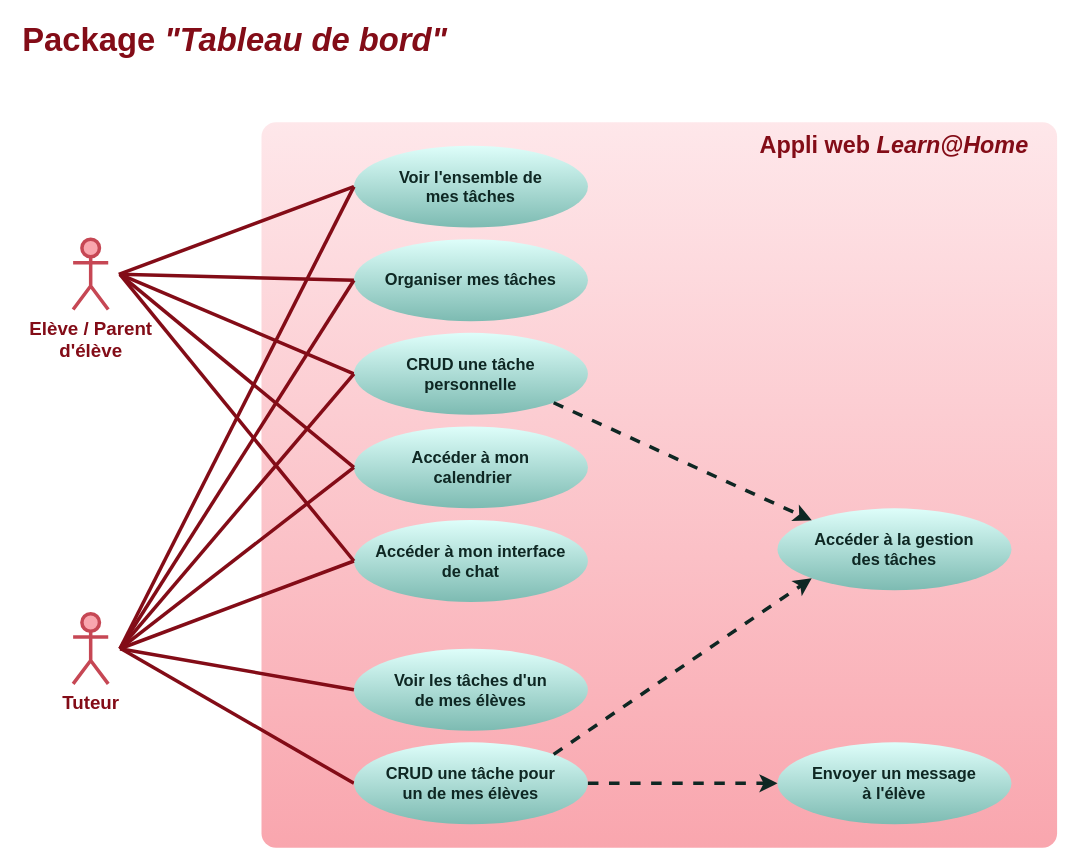
Above: doc/use-cases-dashboard.drawio in logic-fabric/LoicMangin_10_01052021 (draw.io), before the change. Source tidied: cells renumbered, new cells numbered last; positions are measured from the earlier drawing's top-left corner, leaving out a move shared by most shapes. Both pictures are drawn from the tidied source at 117%, with x=0, y=0 at pixel (20, 28).
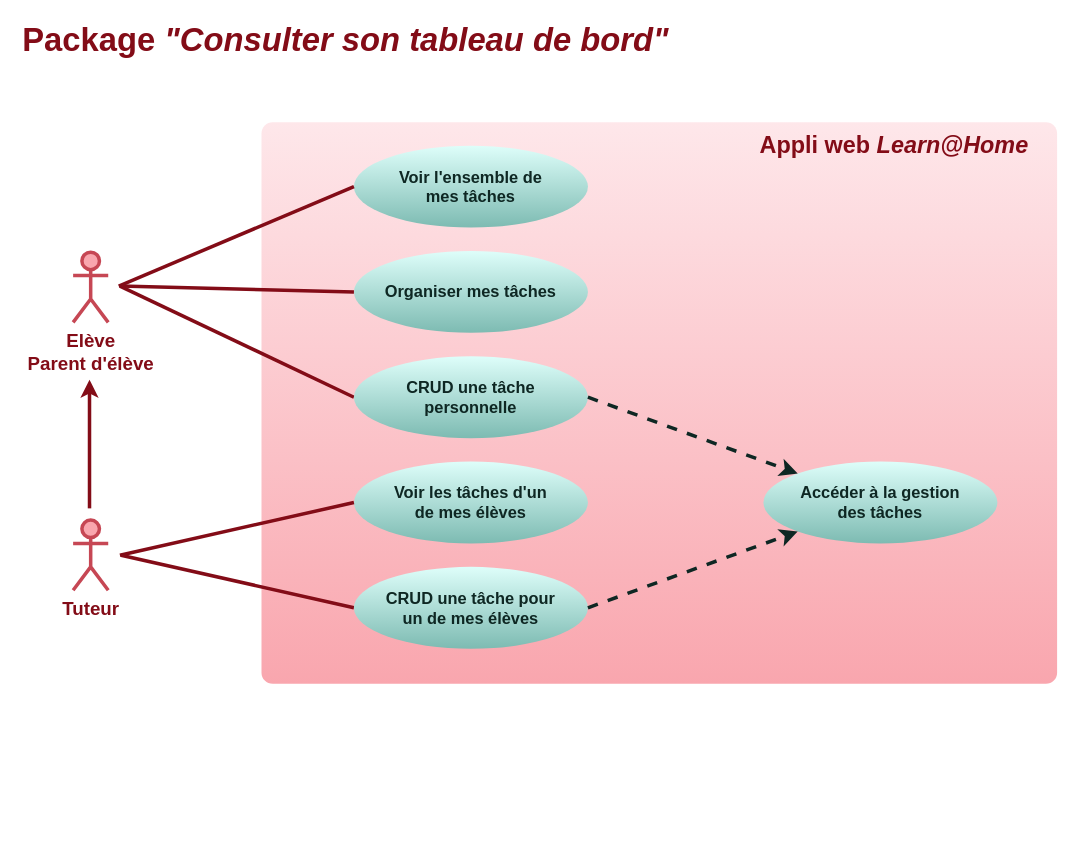
After the change.

Commit message (it also covers changes not shown here):
doc: simplify use-case-dashboard diagram

Unchanged cells that the change refers to:
```xml
<mxCell id="10" value="&lt;font style=&quot;font-size: 14px&quot;&gt;&lt;b&gt;Voir l'ensemble de&lt;br&gt;mes tâches&lt;br&gt;&lt;/b&gt;&lt;/font&gt;" style="ellipse;whiteSpace=wrap;html=1;rounded=1;strokeWidth=3;fontColor=#0e2723;strokeColor=none;fillColor=#defefa;gradientColor=#7dbbb2;" parent="1" vertex="1">
  <mxGeometry x="285" y="100" width="200" height="70" as="geometry" />
</mxCell>
```

Change to the diagram source:
```diff
@@
-    <mxCell id="2" value="&lt;font style=&quot;font-size: 16px&quot;&gt;Elève / Parent &lt;br&gt;d'élève&lt;/font&gt;" style="shape=umlActor;verticalLabelPosition=bottom;verticalAlign=top;html=1;strokeWidth=3;strokeColor=#C64754;fillColor=#f9a6ae;fontColor=#830C17;fontStyle=1;" parent="1" vertex="1">
-      <mxGeometry x="45" y="180" width="30" height="60" as="geometry" />
+    <mxCell id="2" value="&lt;font style=&quot;font-size: 16px&quot;&gt;Elève&lt;br&gt;Parent d'élève&lt;/font&gt;" style="shape=umlActor;verticalLabelPosition=bottom;verticalAlign=top;html=1;strokeWidth=3;strokeColor=#C64754;fillColor=#f9a6ae;fontColor=#830C17;fontStyle=1;" parent="1" vertex="1">
+      <mxGeometry x="45" y="191" width="30" height="60" as="geometry" />
     </mxCell>
-    <mxCell id="3" value="&lt;div&gt;&lt;b style=&quot;color: rgb(131 , 12 , 23) ; font-size: 28px&quot;&gt;Package &lt;i&gt;&quot;Tableau de bord&quot;&lt;/i&gt;&lt;/b&gt;&lt;/div&gt;" style="text;html=1;strokeColor=none;fillColor=none;align=left;verticalAlign=middle;whiteSpace=wrap;rounded=0;fontColor=#660000;" parent="1" vertex="1">
-      <mxGeometry width="502" height="20" as="geometry" />
+    <mxCell id="3" value="&lt;div&gt;&lt;b style=&quot;color: rgb(131 , 12 , 23) ; font-size: 28px&quot;&gt;Package &lt;i&gt;&quot;Consulter son tableau de bord&quot;&lt;/i&gt;&lt;/b&gt;&lt;/div&gt;" style="text;html=1;strokeColor=none;fillColor=none;align=left;verticalAlign=middle;whiteSpace=wrap;rounded=0;fontColor=#660000;" parent="1" vertex="1">
+      <mxGeometry width="567" height="20" as="geometry" />
     </mxCell>
     <mxCell id="4" style="rounded=1;whiteSpace=wrap;html=1;fontColor=#660000;strokeWidth=3;strokeColor=none;fillColor=#F9A6AE;gradientColor=#fee7ea;gradientDirection=north;arcSize=2;" parent="1" vertex="1">
-      <mxGeometry x="206" y="80" width="680" height="620" as="geometry" />
+      <mxGeometry x="206" y="80" width="680" height="480" as="geometry" />
     </mxCell>
     <mxCell id="5" value="&lt;font style=&quot;font-size: 16px&quot;&gt;Tuteur&lt;br&gt;&lt;/font&gt;" style="shape=umlActor;verticalLabelPosition=bottom;verticalAlign=top;html=1;strokeWidth=3;strokeColor=#C64754;fillColor=#f9a6ae;fontColor=#830C17;fontStyle=1;" parent="1" vertex="1">
-      <mxGeometry x="45" y="500" width="30" height="60" as="geometry" />
+      <mxGeometry x="45" y="420" width="30" height="60" as="geometry" />
     </mxCell>
@@
     <mxCell id="7" value="&lt;font style=&quot;font-size: 14px&quot;&gt;&lt;b&gt;Voir les tâches d'un&lt;br&gt;de mes élèves&lt;br&gt;&lt;/b&gt;&lt;/font&gt;" style="ellipse;whiteSpace=wrap;html=1;rounded=1;strokeWidth=3;fontColor=#0e2723;strokeColor=none;fillColor=#defefa;gradientColor=#7dbbb2;" parent="1" vertex="1">
-      <mxGeometry x="285" y="530" width="200" height="70" as="geometry" />
+      <mxGeometry x="285" y="370" width="200" height="70" as="geometry" />
     </mxCell>
     <mxCell id="8" style="endArrow=none;html=1;fontColor=#0e2723;strokeWidth=3;strokeColor=#830C17;exitX=0;exitY=0.5;exitDx=0;exitDy=0;" parent="1" edge="1" source="13">
       <mxGeometry relative="1" as="geometry">
-        <mxPoint x="85" y="210" as="targetPoint" />
+        <mxPoint x="85" y="220" as="targetPoint" />
       </mxGeometry>
     </mxCell>
     <mxCell id="9" style="endArrow=none;html=1;fontColor=#0e2723;strokeWidth=3;strokeColor=#830C17;exitX=0;exitY=0.5;exitDx=0;exitDy=0;" parent="1" edge="1" source="7">
       <mxGeometry relative="1" as="geometry">
-        <mxPoint x="85" y="530" as="targetPoint" />
+        <mxPoint x="85" y="450" as="targetPoint" />
       </mxGeometry>
     </mxCell>
@@
     <mxCell id="11" style="endArrow=none;html=1;fontColor=#0e2723;strokeWidth=3;strokeColor=#830C17;exitX=0;exitY=0.5;exitDx=0;exitDy=0;" parent="1" edge="1" source="10">
       <mxGeometry relative="1" as="geometry">
-        <mxPoint x="84" y="210" as="targetPoint" />
+        <mxPoint x="84" y="220" as="targetPoint" />
       </mxGeometry>
     </mxCell>
     <mxCell id="12" style="endArrow=none;html=1;fontColor=#0e2723;strokeWidth=3;strokeColor=#830C17;exitX=0;exitY=0.5;exitDx=0;exitDy=0;" parent="1" edge="1" source="14">
       <mxGeometry relative="1" as="geometry">
-        <mxPoint x="86" y="530" as="targetPoint" />
+        <mxPoint x="86" y="450" as="targetPoint" />
       </mxGeometry>
     </mxCell>
     <mxCell id="13" value="&lt;font style=&quot;font-size: 14px&quot;&gt;&lt;b&gt;CRUD une tâche&lt;br&gt;personnelle&lt;br&gt;&lt;/b&gt;&lt;/font&gt;" style="ellipse;whiteSpace=wrap;html=1;rounded=1;strokeWidth=3;fontColor=#0e2723;strokeColor=none;fillColor=#defefa;gradientColor=#7dbbb2;" parent="1" vertex="1">
-      <mxGeometry x="285" y="260" width="200" height="70" as="geometry" />
+      <mxGeometry x="285" y="280" width="200" height="70" as="geometry" />
     </mxCell>
     <mxCell id="14" value="&lt;font&gt;&lt;b style=&quot;font-size: 14px&quot;&gt;&lt;font style=&quot;font-size: 14px&quot;&gt;CRUD une tâche pour &lt;br&gt;un de mes élèves&lt;/font&gt;&lt;br&gt;&lt;/b&gt;&lt;/font&gt;" style="ellipse;whiteSpace=wrap;html=1;rounded=1;strokeWidth=3;fontColor=#0e2723;strokeColor=none;fillColor=#defefa;gradientColor=#7dbbb2;" parent="1" vertex="1">
-      <mxGeometry x="285" y="610" width="200" height="70" as="geometry" />
+      <mxGeometry x="285" y="460" width="200" height="70" as="geometry" />
     </mxCell>
     <mxCell id="15" value="&lt;font style=&quot;font-size: 14px&quot;&gt;&lt;b&gt;Accéder à la gestion&lt;br&gt;des tâches&lt;br&gt;&lt;/b&gt;&lt;/font&gt;" style="ellipse;whiteSpace=wrap;html=1;rounded=1;strokeWidth=3;fontColor=#0e2723;strokeColor=none;fillColor=#defefa;gradientColor=#7dbbb2;" parent="1" vertex="1">
-      <mxGeometry x="647" y="410" width="200" height="70" as="geometry" />
+      <mxGeometry x="635" y="370" width="200" height="70" as="geometry" />
     </mxCell>
-    <mxCell id="16" style="endArrow=classic;html=1;fontColor=#0e2723;strokeColor=#0E2723;strokeWidth=3;exitX=1;exitY=1;exitDx=0;exitDy=0;dashed=1;entryX=0;entryY=0;entryDx=0;entryDy=0;" parent="1" edge="1" source="13" target="15">
+    <mxCell id="16" style="endArrow=classic;html=1;fontColor=#0e2723;strokeColor=#0E2723;strokeWidth=3;exitX=1;exitY=0.5;exitDx=0;exitDy=0;dashed=1;entryX=0;entryY=0;entryDx=0;entryDy=0;" parent="1" edge="1" source="13" target="15">
       <mxGeometry relative="1" as="geometry" />
     </mxCell>
     <mxCell id="17" value="&lt;font style=&quot;font-size: 14px&quot;&gt;&lt;b&gt;Organiser mes tâches&lt;br&gt;&lt;/b&gt;&lt;/font&gt;" style="ellipse;whiteSpace=wrap;html=1;rounded=1;strokeWidth=3;fontColor=#0e2723;strokeColor=none;fillColor=#defefa;gradientColor=#7dbbb2;" parent="1" vertex="1">
-      <mxGeometry x="285" y="180" width="200" height="70" as="geometry" />
+      <mxGeometry x="285" y="190" width="200" height="70" as="geometry" />
     </mxCell>
-    <mxCell id="18" value="&lt;font style=&quot;font-size: 14px&quot;&gt;&lt;b&gt;Envoyer un message &lt;br&gt;à l'élève&lt;br&gt;&lt;/b&gt;&lt;/font&gt;" style="ellipse;whiteSpace=wrap;html=1;rounded=1;strokeWidth=3;fontColor=#0e2723;strokeColor=none;fillColor=#defefa;gradientColor=#7dbbb2;" parent="1" vertex="1">
-      <mxGeometry x="647" y="610" width="200" height="70" as="geometry" />
-    </mxCell>
-    <mxCell id="19" value="&lt;font&gt;&lt;b style=&quot;font-size: 14px&quot;&gt;Accéder à mon&lt;br&gt;&amp;nbsp;calendrier&lt;br&gt;&lt;/b&gt;&lt;/font&gt;" style="ellipse;whiteSpace=wrap;html=1;rounded=1;strokeWidth=3;fontColor=#0e2723;strokeColor=none;fillColor=#defefa;gradientColor=#7dbbb2;" parent="1" vertex="1">
-      <mxGeometry x="285" y="340" width="200" height="70" as="geometry" />
-    </mxCell>
-    <mxCell id="20" value="&lt;font&gt;&lt;b style=&quot;font-size: 14px&quot;&gt;Accéder à mon interface &lt;br&gt;de chat&lt;br&gt;&lt;/b&gt;&lt;/font&gt;" style="ellipse;whiteSpace=wrap;html=1;rounded=1;strokeWidth=3;fontColor=#0e2723;strokeColor=none;fillColor=#defefa;gradientColor=#7dbbb2;" parent="1" vertex="1">
-      <mxGeometry x="285" y="420" width="200" height="70" as="geometry" />
-    </mxCell>
-    <mxCell id="21" style="endArrow=classic;html=1;fontColor=#0e2723;strokeColor=#0E2723;strokeWidth=3;exitX=1;exitY=0;exitDx=0;exitDy=0;dashed=1;entryX=0;entryY=1;entryDx=0;entryDy=0;" parent="1" edge="1" source="14" target="15">
+    <mxCell id="21" style="endArrow=classic;html=1;fontColor=#0e2723;strokeColor=#0E2723;strokeWidth=3;exitX=1;exitY=0.5;exitDx=0;exitDy=0;dashed=1;entryX=0;entryY=1;entryDx=0;entryDy=0;" parent="1" edge="1" source="14" target="15">
       <mxGeometry relative="1" as="geometry" />
     </mxCell>
-    <mxCell id="22" style="endArrow=classic;html=1;fontColor=#0e2723;strokeColor=#0E2723;strokeWidth=3;exitX=1;exitY=0.5;exitDx=0;exitDy=0;dashed=1;entryX=0;entryY=0.5;entryDx=0;entryDy=0;" parent="1" edge="1" source="14" target="18">
-      <mxGeometry relative="1" as="geometry" />
-    </mxCell>
     <mxCell id="23" style="endArrow=none;html=1;fontColor=#0e2723;strokeWidth=3;strokeColor=#830C17;exitX=0;exitY=0.5;exitDx=0;exitDy=0;" parent="1" edge="1" source="17">
       <mxGeometry relative="1" as="geometry">
-        <mxPoint x="85" y="210" as="targetPoint" />
+        <mxPoint x="85" y="220" as="targetPoint" />
       </mxGeometry>
     </mxCell>
-    <mxCell id="24" style="endArrow=none;html=1;fontColor=#0e2723;strokeWidth=3;strokeColor=#830C17;exitX=0;exitY=0.5;exitDx=0;exitDy=0;" parent="1" edge="1" source="19">
-      <mxGeometry relative="1" as="geometry">
-        <mxPoint x="85" y="210" as="targetPoint" />
-      </mxGeometry>
-    </mxCell>
-    <mxCell id="25" style="endArrow=none;html=1;fontColor=#0e2723;strokeWidth=3;strokeColor=#830C17;exitX=0;exitY=0.5;exitDx=0;exitDy=0;" parent="1" edge="1" source="20">
-      <mxGeometry relative="1" as="geometry">
-        <mxPoint x="85" y="210" as="targetPoint" />
-      </mxGeometry>
-    </mxCell>
-    <mxCell id="26" style="endArrow=none;html=1;fontColor=#0e2723;strokeWidth=3;strokeColor=#830C17;exitX=0;exitY=0.5;exitDx=0;exitDy=0;" parent="1" edge="1" source="13">
-      <mxGeometry relative="1" as="geometry">
-        <mxPoint x="85" y="530" as="targetPoint" />
-      </mxGeometry>
-    </mxCell>
-    <mxCell id="27" style="endArrow=none;html=1;fontColor=#0e2723;strokeWidth=3;strokeColor=#830C17;exitX=0;exitY=0.5;exitDx=0;exitDy=0;" parent="1" edge="1" source="17">
-      <mxGeometry relative="1" as="geometry">
-        <mxPoint x="85" y="530" as="targetPoint" />
-      </mxGeometry>
-    </mxCell>
-    <mxCell id="28" style="endArrow=none;html=1;fontColor=#0e2723;strokeWidth=3;strokeColor=#830C17;exitX=0;exitY=0.5;exitDx=0;exitDy=0;" parent="1" edge="1" source="10">
-      <mxGeometry relative="1" as="geometry">
-        <mxPoint x="85" y="530" as="targetPoint" />
-      </mxGeometry>
-    </mxCell>
-    <mxCell id="29" style="endArrow=none;html=1;fontColor=#0e2723;strokeWidth=3;strokeColor=#830C17;exitX=0;exitY=0.5;exitDx=0;exitDy=0;" parent="1" edge="1" source="19">
-      <mxGeometry relative="1" as="geometry">
-        <mxPoint x="85" y="530" as="targetPoint" />
-      </mxGeometry>
-    </mxCell>
-    <mxCell id="30" style="endArrow=none;html=1;fontColor=#0e2723;strokeWidth=3;strokeColor=#830C17;exitX=0;exitY=0.5;exitDx=0;exitDy=0;" parent="1" edge="1" source="20">
-      <mxGeometry relative="1" as="geometry">
-        <mxPoint x="85" y="530" as="targetPoint" />
-      </mxGeometry>
-    </mxCell>
+    <mxCell id="31" style="endArrow=classic;html=1;fontColor=#0e2723;strokeWidth=3;strokeColor=#830C17;" parent="1" edge="1">
+      <mxGeometry relative="1" as="geometry">
+        <mxPoint x="59" y="410" as="sourcePoint" />
+        <mxPoint x="59" y="300" as="targetPoint" />
+      </mxGeometry>
+    </mxCell>
```
